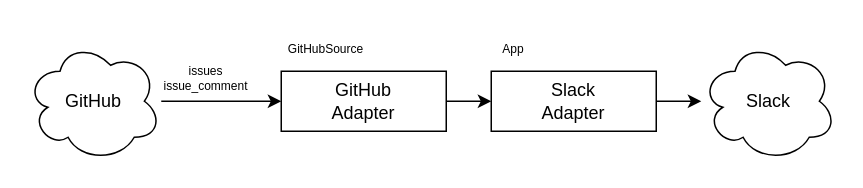
Before: doc/pattern1.drawio in knativecon/demo22, a draw.io diagram. Source tidied: cells renumbered, new cells numbered last; positions are measured from the earlier drawing's top-left corner, leaving out a move shared by most shapes. Both pictures are drawn from the tidied source at 150%, with x=0, y=0 at pixel (26, 26).
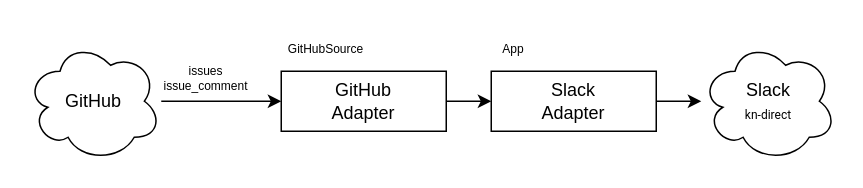
The same diagram, later.

Change to the diagram source:
```diff
@@
 <mxGraphModel>
   <root>
     <mxCell id="0" />
     <mxCell id="1" parent="0" />
     <mxCell id="2" style="edgeStyle=orthogonalEdgeStyle;rounded=0;jettySize=auto;html=1;" parent="1" edge="1" source="3" target="5">
       <mxGeometry relative="1" as="geometry" />
     </mxCell>
     <mxCell id="3" value="GitHub" style="ellipse;shape=cloud;whiteSpace=wrap;html=1;" parent="1" vertex="1">
       <mxGeometry y="10" width="90" height="80" as="geometry" />
     </mxCell>
     <mxCell id="4" style="edgeStyle=orthogonalEdgeStyle;rounded=0;jettySize=auto;html=1;" parent="1" edge="1" source="5" target="7">
       <mxGeometry relative="1" as="geometry" />
     </mxCell>
     <mxCell id="5" value="GitHub&lt;br&gt;Adapter" style="rounded=0;whiteSpace=wrap;html=1;" parent="1" vertex="1">
       <mxGeometry x="170" y="30" width="110" height="40" as="geometry" />
     </mxCell>
     <mxCell id="6" style="edgeStyle=orthogonalEdgeStyle;rounded=0;jettySize=auto;html=1;" parent="1" edge="1" source="7" target="8">
       <mxGeometry relative="1" as="geometry" />
     </mxCell>
     <mxCell id="7" value="Slack&lt;br&gt;Adapter" style="rounded=0;whiteSpace=wrap;html=1;" parent="1" vertex="1">
       <mxGeometry x="310" y="30" width="110" height="40" as="geometry" />
     </mxCell>
-    <mxCell id="8" value="Slack" style="ellipse;shape=cloud;whiteSpace=wrap;html=1;" parent="1" vertex="1">
+    <mxCell id="8" value="Slack&lt;br&gt;&lt;span style=&quot;font-family: roboto; font-size: 8px;&quot;&gt;kn-direct&lt;/span&gt;" style="ellipse;shape=cloud;whiteSpace=wrap;html=1;" parent="1" vertex="1">
       <mxGeometry x="450" y="10" width="90" height="80" as="geometry" />
     </mxCell>
     <mxCell id="9" value="App" style="text;html=1;strokeColor=none;fillColor=none;align=center;verticalAlign=middle;whiteSpace=wrap;rounded=0;fontSize=8;" parent="1" vertex="1">
       <mxGeometry x="310" width="30" height="30" as="geometry" />
     </mxCell>
     <mxCell id="10" value="GitHubSource" style="text;html=1;strokeColor=none;fillColor=none;align=center;verticalAlign=middle;whiteSpace=wrap;rounded=0;fontSize=8;" parent="1" vertex="1">
       <mxGeometry x="170" width="60" height="30" as="geometry" />
     </mxCell>
     <mxCell id="11" value="issues&lt;br&gt;issue_comment" style="text;html=1;strokeColor=none;fillColor=none;align=center;verticalAlign=middle;whiteSpace=wrap;rounded=0;fontSize=8;" parent="1" vertex="1">
       <mxGeometry x="90" y="20" width="60" height="30" as="geometry" />
     </mxCell>
   </root>
 </mxGraphModel>
```
